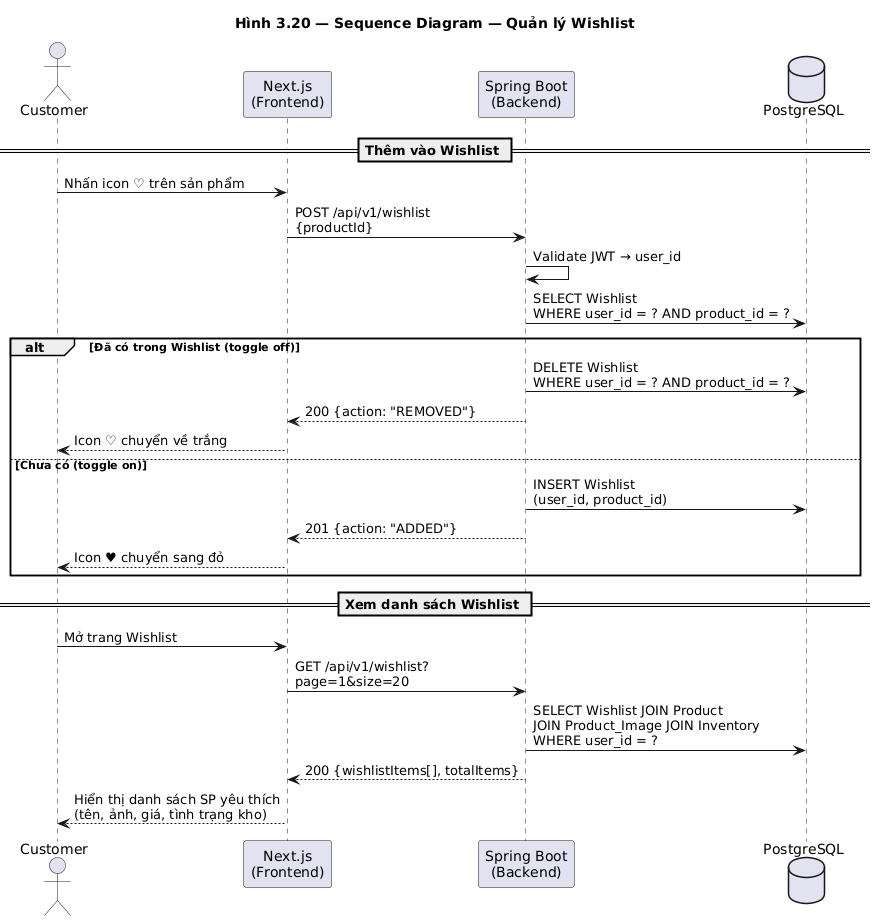
Above: docs/diagrams/images/seq_wishlist.png in huuhieu56/PC-Parts-ECommerce (PlantUML), before the change.
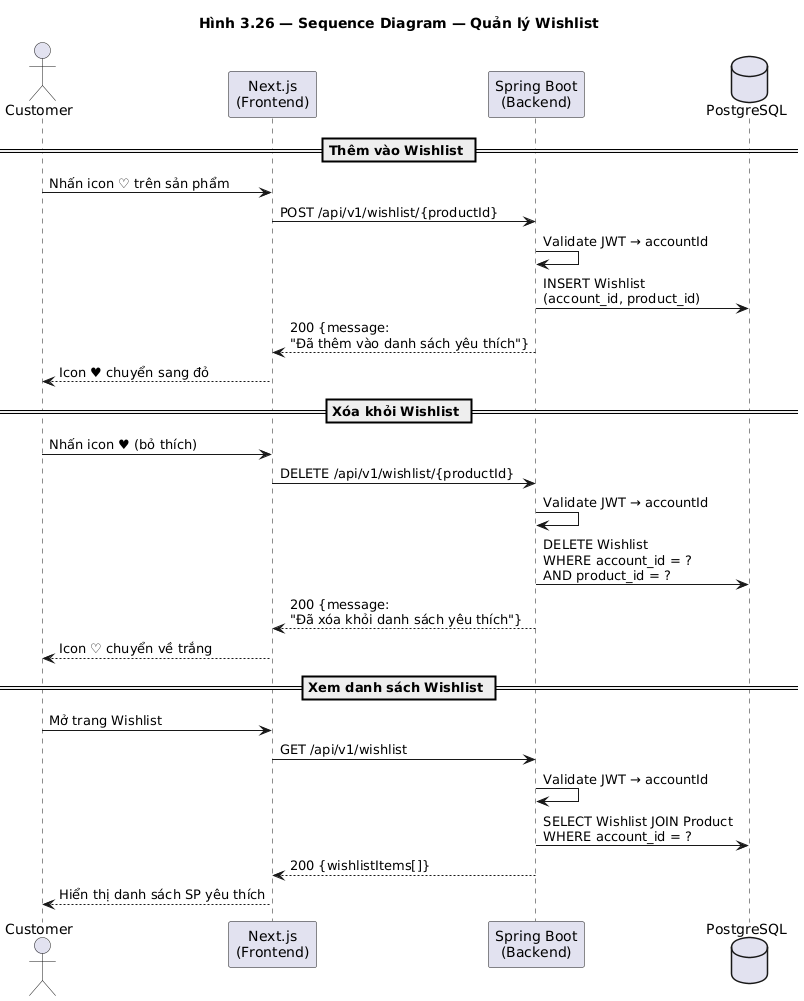
Above is the later version.

What changed in the source:
```diff
@@ -1,5 +1,5 @@
 @startuml seq_wishlist
-title Hình 3.20 — Sequence Diagram — Quản lý Wishlist
+title Hình 3.26 — Sequence Diagram — Quản lý Wishlist
 
 actor Customer
 participant "Next.js\n(Frontend)" as FE
@@ -8,25 +8,26 @@
 
 == Thêm vào Wishlist ==
 Customer -> FE : Nhấn icon ♡ trên sản phẩm
-FE -> BE : POST /api/v1/wishlist\n{productId}
-BE -> BE : Validate JWT → user_id
+FE -> BE : POST /api/v1/wishlist/{productId}
+BE -> BE : Validate JWT → accountId
+BE -> DB : INSERT Wishlist\n(account_id, product_id)
+BE --> FE : 200 {message:\n"Đã thêm vào danh sách yêu thích"}
+FE --> Customer : Icon ♥ chuyển sang đỏ
 
-BE -> DB : SELECT Wishlist\nWHERE user_id = ? AND product_id = ?
-alt Đã có trong Wishlist (toggle off)
-    BE -> DB : DELETE Wishlist\nWHERE user_id = ? AND product_id = ?
-    BE --> FE : 200 {action: "REMOVED"}
-    FE --> Customer : Icon ♡ chuyển về trắng
-else Chưa có (toggle on)
-    BE -> DB : INSERT Wishlist\n(user_id, product_id)
-    BE --> FE : 201 {action: "ADDED"}
-    FE --> Customer : Icon ♥ chuyển sang đỏ
-end
+== Xóa khỏi Wishlist ==
+Customer -> FE : Nhấn icon ♥ (bỏ thích)
+FE -> BE : DELETE /api/v1/wishlist/{productId}
+BE -> BE : Validate JWT → accountId
+BE -> DB : DELETE Wishlist\nWHERE account_id = ?\nAND product_id = ?
+BE --> FE : 200 {message:\n"Đã xóa khỏi danh sách yêu thích"}
+FE --> Customer : Icon ♡ chuyển về trắng
 
 == Xem danh sách Wishlist ==
 Customer -> FE : Mở trang Wishlist
-FE -> BE : GET /api/v1/wishlist?\npage=1&size=20
-BE -> DB : SELECT Wishlist JOIN Product\nJOIN Product_Image JOIN Inventory\nWHERE user_id = ?
-BE --> FE : 200 {wishlistItems[], totalItems}
-FE --> Customer : Hiển thị danh sách SP yêu thích\n(tên, ảnh, giá, tình trạng kho)
+FE -> BE : GET /api/v1/wishlist
+BE -> BE : Validate JWT → accountId
+BE -> DB : SELECT Wishlist JOIN Product\nWHERE account_id = ?
+BE --> FE : 200 {wishlistItems[]}
+FE --> Customer : Hiển thị danh sách SP yêu thích
 
 @enduml
```
